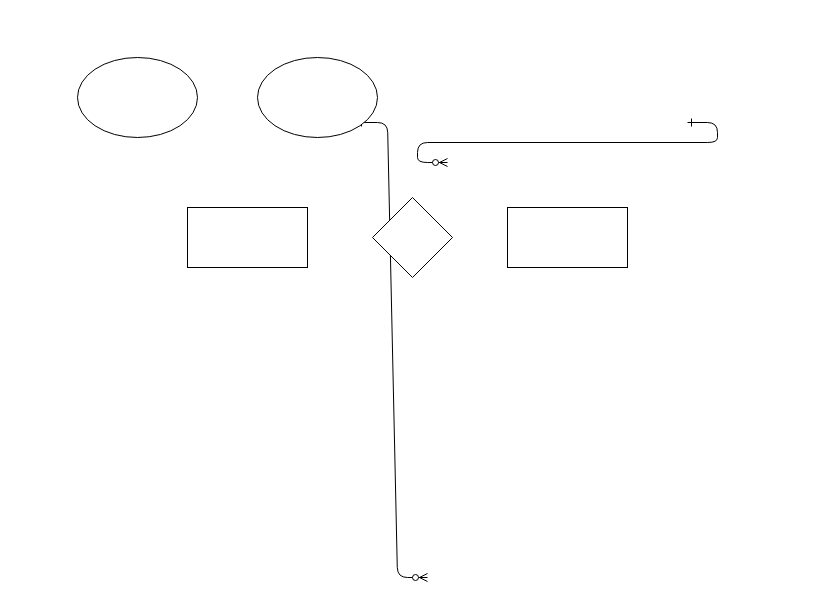
Above: ERD.drawio in APrastio/aprastio.github.io (draw.io), before the change. Source tidied: cells renumbered, new cells numbered last; positions are measured from the earlier drawing's top-left corner, leaving out a move shared by most shapes. Both pictures are drawn from the tidied source at 100%, with x=0, y=0 at pixel (77, 57).
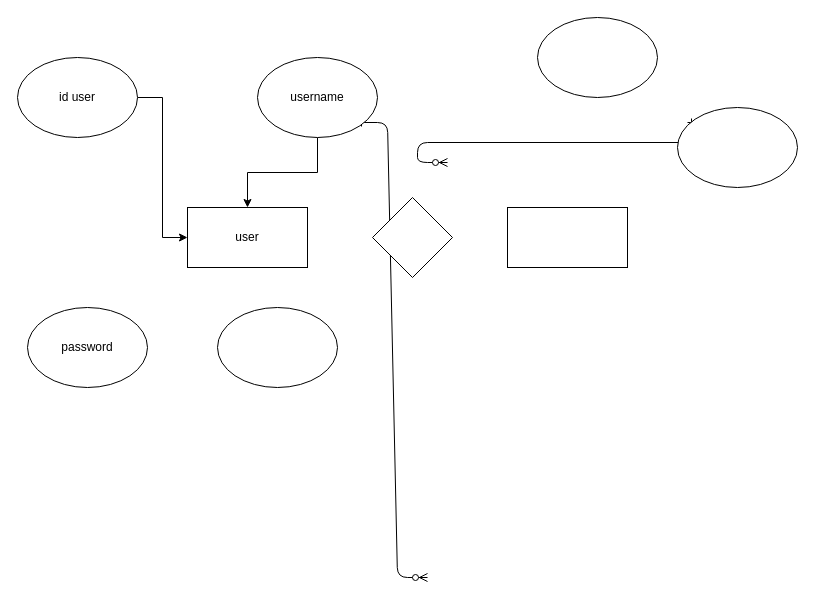
Above is the later version.

Diff of the diagram source:
```diff
@@
 <mxGraphModel>
   <root>
     <mxCell id="0" />
     <mxCell id="1" parent="0" />
     <mxCell id="2" style="edgeStyle=entityRelationEdgeStyle;endArrow=ERzeroToMany;startArrow=ERone;endFill=1;startFill=0;" parent="1" edge="1">
       <mxGeometry relative="1" as="geometry">
         <mxPoint x="280" y="65" as="sourcePoint" />
         <mxPoint x="350" y="520" as="targetPoint" />
       </mxGeometry>
     </mxCell>
     <mxCell id="3" style="edgeStyle=entityRelationEdgeStyle;endArrow=ERzeroToMany;startArrow=ERone;endFill=1;startFill=0;" parent="1" edge="1">
       <mxGeometry relative="1" as="geometry">
         <mxPoint x="610" y="65" as="sourcePoint" />
         <mxPoint x="370" y="105" as="targetPoint" />
       </mxGeometry>
     </mxCell>
-    <mxCell id="4" style="rounded=0;whiteSpace=wrap;html=1;" parent="1" vertex="1">
+    <mxCell id="4" value="user" style="rounded=0;whiteSpace=wrap;html=1;" parent="1" vertex="1">
       <mxGeometry x="110" y="150" width="120" height="60" as="geometry" />
     </mxCell>
     <mxCell id="5" style="rounded=0;whiteSpace=wrap;html=1;" parent="1" vertex="1">
       <mxGeometry x="430" y="150" width="120" height="60" as="geometry" />
     </mxCell>
+    <mxCell id="9" style="edgeStyle=orthogonalEdgeStyle;rounded=0;jettySize=auto;html=1;entryX=0;entryY=0.5;entryDx=0;entryDy=0;" parent="1" edge="1" source="6" target="4">
+      <mxGeometry relative="1" as="geometry" />
+    </mxCell>
-    <mxCell id="6" style="ellipse;whiteSpace=wrap;html=1;" parent="1" vertex="1">
-      <mxGeometry width="120" height="80" as="geometry" />
+    <mxCell id="6" value="id user" style="ellipse;whiteSpace=wrap;html=1;" parent="1" vertex="1">
+      <mxGeometry x="-60" width="120" height="80" as="geometry" />
     </mxCell>
+    <mxCell id="10" style="edgeStyle=orthogonalEdgeStyle;rounded=0;jettySize=auto;html=1;entryX=0.5;entryY=0;entryDx=0;entryDy=0;" parent="1" edge="1" source="7" target="4">
+      <mxGeometry relative="1" as="geometry" />
+    </mxCell>
-    <mxCell id="7" style="ellipse;whiteSpace=wrap;html=1;" parent="1" vertex="1">
+    <mxCell id="7" value="username" style="ellipse;whiteSpace=wrap;html=1;" parent="1" vertex="1">
       <mxGeometry x="180" width="120" height="80" as="geometry" />
     </mxCell>
     <mxCell id="8" style="rhombus;whiteSpace=wrap;html=1;" parent="1" vertex="1">
       <mxGeometry x="295" y="140" width="80" height="80" as="geometry" />
     </mxCell>
+    <mxCell id="11" value="password" style="ellipse;whiteSpace=wrap;html=1;" parent="1" vertex="1">
+      <mxGeometry x="-50" y="250" width="120" height="80" as="geometry" />
+    </mxCell>
+    <mxCell id="12" style="ellipse;whiteSpace=wrap;html=1;" parent="1" vertex="1">
+      <mxGeometry x="140" y="250" width="120" height="80" as="geometry" />
+    </mxCell>
+    <mxCell id="13" style="ellipse;whiteSpace=wrap;html=1;" parent="1" vertex="1">
+      <mxGeometry x="460" y="-40" width="120" height="80" as="geometry" />
+    </mxCell>
+    <mxCell id="14" style="ellipse;whiteSpace=wrap;html=1;" parent="1" vertex="1">
+      <mxGeometry x="600" y="50" width="120" height="80" as="geometry" />
+    </mxCell>
   </root>
 </mxGraphModel>
```
